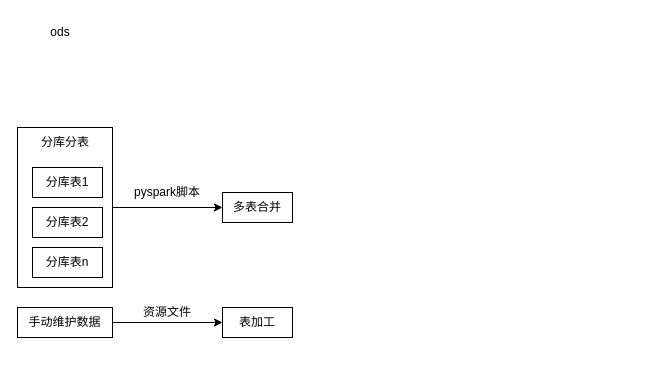
The draw.io diagram mt巽风.drawio in mineminemine123/work-wiki, before the edit. Source tidied: cells renumbered, new cells numbered last; positions are measured from the earlier drawing's top-left corner, leaving out a move shared by most shapes. Both pictures are drawn from the tidied source at 100%, with x=0, y=0 at pixel (17, 17).
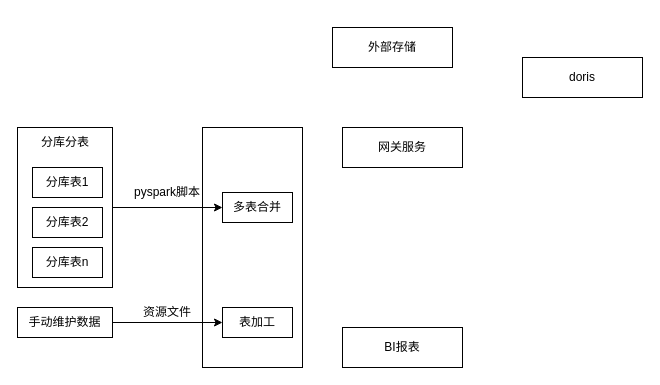
After the change.

The edit, as a diff of the source:
```diff
@@
 <mxGraphModel>
   <root>
     <mxCell id="0" />
     <mxCell id="1" parent="0" />
+    <mxCell id="15" style="rounded=0;whiteSpace=wrap;html=1;" parent="1" vertex="1">
+      <mxGeometry x="185" y="110" width="100" height="240" as="geometry" />
+    </mxCell>
     <mxCell id="2" style="edgeStyle=orthogonalEdgeStyle;rounded=0;jettySize=auto;html=1;exitX=1;exitY=0.5;exitDx=0;exitDy=0;entryX=0;entryY=0.5;entryDx=0;entryDy=0;" parent="1" edge="1" source="3" target="6">
       <mxGeometry relative="1" as="geometry" />
     </mxCell>
     <mxCell id="3" style="rounded=0;whiteSpace=wrap;html=1;" parent="1" vertex="1">
       <mxGeometry y="110" width="95" height="160" as="geometry" />
     </mxCell>
     <mxCell id="4" value="分库表1" style="rounded=0;whiteSpace=wrap;html=1;" parent="1" vertex="1">
       <mxGeometry x="15" y="150" width="70" height="30" as="geometry" />
     </mxCell>
-    <mxCell id="5" value="ods" style="text;html=1;strokeColor=none;fillColor=none;align=center;verticalAlign=middle;whiteSpace=wrap;rounded=0;" parent="1" vertex="1">
-      <mxGeometry x="12.5" width="60" height="30" as="geometry" />
-    </mxCell>
     <mxCell id="6" value="多表合并" style="rounded=0;whiteSpace=wrap;html=1;" parent="1" vertex="1">
       <mxGeometry x="205" y="175" width="70" height="30" as="geometry" />
     </mxCell>
     <mxCell id="7" value="分库表2" style="rounded=0;whiteSpace=wrap;html=1;" parent="1" vertex="1">
       <mxGeometry x="15" y="190" width="70" height="30" as="geometry" />
     </mxCell>
     <mxCell id="8" value="分库表n" style="rounded=0;whiteSpace=wrap;html=1;" parent="1" vertex="1">
       <mxGeometry x="15" y="230" width="70" height="30" as="geometry" />
     </mxCell>
     <mxCell id="9" value="pyspark脚本" style="text;html=1;strokeColor=none;fillColor=none;align=center;verticalAlign=middle;whiteSpace=wrap;rounded=0;" parent="1" vertex="1">
       <mxGeometry x="115" y="160" width="70" height="30" as="geometry" />
     </mxCell>
     <mxCell id="10" style="edgeStyle=orthogonalEdgeStyle;rounded=0;jettySize=auto;html=1;exitX=1;exitY=0.5;exitDx=0;exitDy=0;entryX=0;entryY=0.5;entryDx=0;entryDy=0;" parent="1" edge="1" source="11" target="12">
       <mxGeometry relative="1" as="geometry" />
     </mxCell>
     <mxCell id="11" value="手动维护数据" style="rounded=0;whiteSpace=wrap;html=1;" parent="1" vertex="1">
       <mxGeometry y="290" width="95" height="30" as="geometry" />
     </mxCell>
     <mxCell id="12" value="表加工" style="rounded=0;whiteSpace=wrap;html=1;" parent="1" vertex="1">
       <mxGeometry x="205" y="290" width="70" height="30" as="geometry" />
     </mxCell>
     <mxCell id="13" value="资源文件" style="text;html=1;strokeColor=none;fillColor=none;align=center;verticalAlign=middle;whiteSpace=wrap;rounded=0;" parent="1" vertex="1">
       <mxGeometry x="115" y="280" width="70" height="30" as="geometry" />
     </mxCell>
     <mxCell id="14" value="分库分表" style="text;html=1;strokeColor=none;fillColor=none;align=center;verticalAlign=middle;whiteSpace=wrap;rounded=0;" parent="1" vertex="1">
       <mxGeometry x="17.5" y="110" width="60" height="30" as="geometry" />
     </mxCell>
+    <mxCell id="16" value="网关服务" style="rounded=0;whiteSpace=wrap;html=1;" parent="1" vertex="1">
+      <mxGeometry x="325" y="110" width="120" height="40" as="geometry" />
+    </mxCell>
+    <mxCell id="17" value="doris" style="rounded=0;whiteSpace=wrap;html=1;" parent="1" vertex="1">
+      <mxGeometry x="505" y="40" width="120" height="40" as="geometry" />
+    </mxCell>
+    <mxCell id="18" value="外部存储" style="rounded=0;whiteSpace=wrap;html=1;" parent="1" vertex="1">
+      <mxGeometry x="315" y="10" width="120" height="40" as="geometry" />
+    </mxCell>
+    <mxCell id="19" value="BI报表" style="rounded=0;whiteSpace=wrap;html=1;" parent="1" vertex="1">
+      <mxGeometry x="325" y="310" width="120" height="40" as="geometry" />
+    </mxCell>
   </root>
 </mxGraphModel>
```
